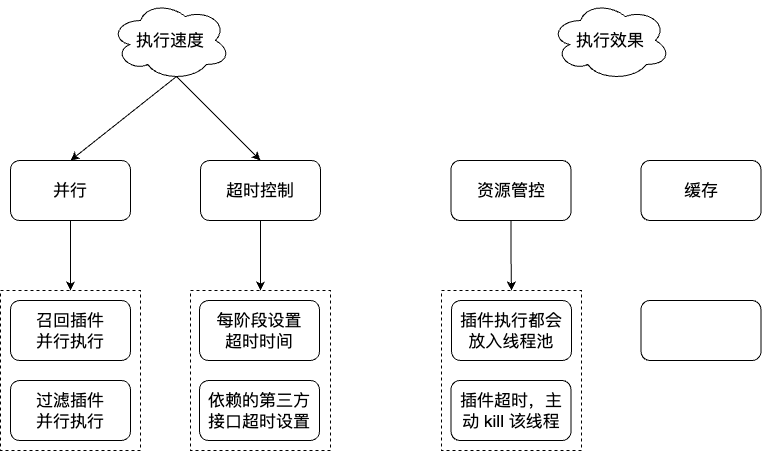
Earlier version of the draw.io export 推荐逻辑之性能控制.png (liujunao/draw-data). Source tidied: cells renumbered, new cells last; positions are measured from the earlier drawing's top-left corner, leaving out a move shared by most shapes.
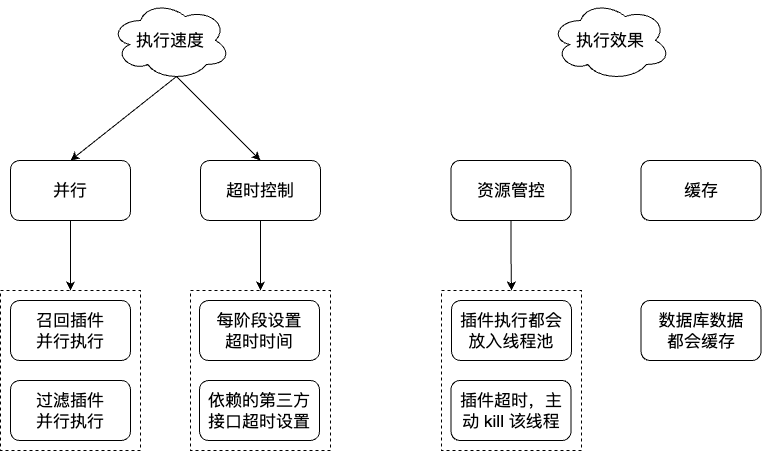
Later version of the same file.

Commit message:
更新推荐逻辑之性能控制.png

The edit, as a diff of the source:
```diff
@@ -41,7 +41,7 @@
     <mxCell id="14" value="&lt;font size=&quot;3&quot;&gt;缓存&lt;/font&gt;" style="rounded=1;whiteSpace=wrap;html=1;" parent="1" vertex="1">
       <mxGeometry x="640.5" y="160" width="120" height="60" as="geometry" />
     </mxCell>
-    <mxCell id="15" style="rounded=1;whiteSpace=wrap;html=1;" parent="1" vertex="1">
+    <mxCell id="15" value="&lt;font size=&quot;3&quot;&gt;数据库数据&lt;br&gt;都会缓存&lt;/font&gt;" style="rounded=1;whiteSpace=wrap;html=1;" parent="1" vertex="1">
       <mxGeometry x="640.5" y="300" width="120" height="60" as="geometry" />
     </mxCell>
     <mxCell id="16" style="rounded=0;jettySize=auto;html=1;exitX=0.55;exitY=0.95;exitDx=0;exitDy=0;exitPerimeter=0;entryX=0.5;entryY=0;entryDx=0;entryDy=0;" parent="1" edge="1" source="18" target="6">
```
